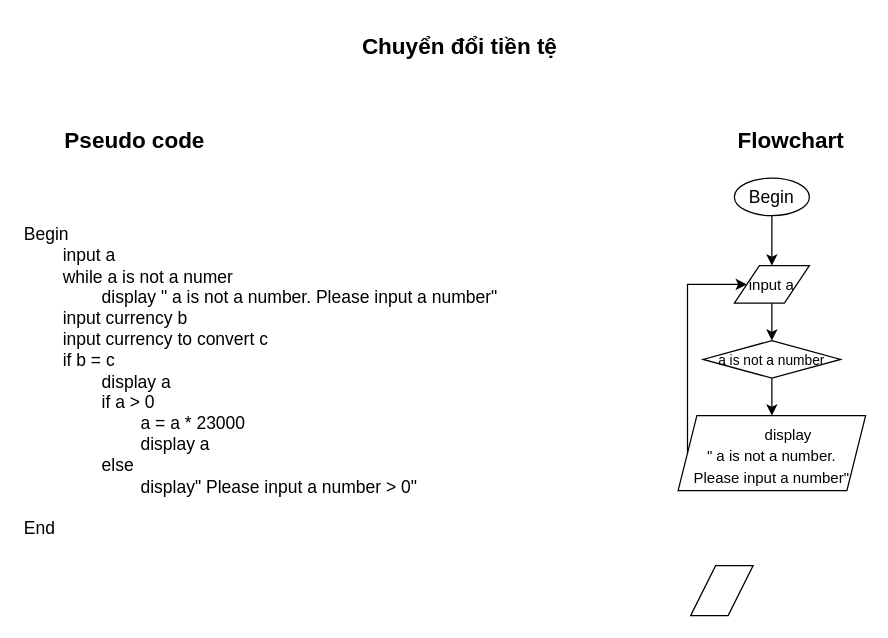
Earlier version of the draw.io diagram page "chuyển đổi tiền tệ" (4 of 4) of ss3_Hello_world/module1_ss3.drawio (Trongtangoc/CGDN-C0824M1-Ta-Ngoc-Trong). Source tidied: cells renumbered, new cells numbered last; positions are measured from the earlier drawing's top-left corner, leaving out a move shared by most shapes. Both pictures are drawn from the tidied source at 125%, with x=0, y=0 at pixel (21, 21).
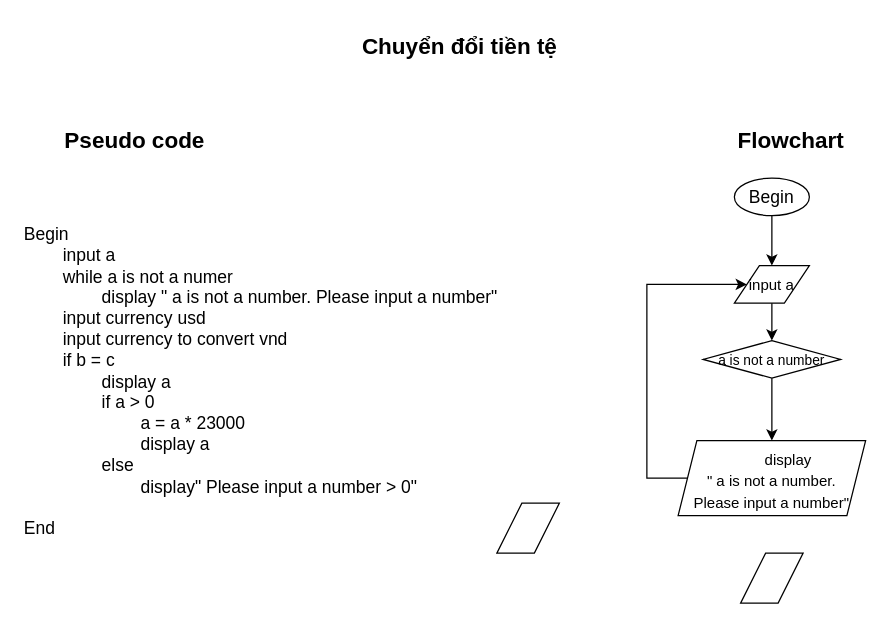
After the change.

Commit message (it also covers changes not shown here):
Cập nhật module1_ss3.drawio

What changed in the source:
```diff
@@
 <mxGraphModel>
   <root>
     <mxCell id="0" />
     <mxCell id="1" parent="0" />
     <mxCell id="2" value="&lt;font style=&quot;font-size: 18px;&quot;&gt;&lt;b&gt;Chuyển đổi tiền tệ&lt;/b&gt;&lt;/font&gt;" style="text;html=1;align=center;verticalAlign=middle;strokeColor=none;fillColor=none;" parent="1" vertex="1">
       <mxGeometry x="260" width="180" height="40" as="geometry" />
     </mxCell>
     <mxCell id="3" value="&lt;font style=&quot;font-size: 18px;&quot;&gt;&lt;b&gt;Flowchart&lt;/b&gt;&lt;/font&gt;" style="text;html=1;align=center;verticalAlign=middle;strokeColor=none;fillColor=none;" parent="1" vertex="1">
       <mxGeometry x="560" y="75" width="110" height="40" as="geometry" />
     </mxCell>
     <mxCell id="4" value="&lt;font style=&quot;font-size: 18px;&quot;&gt;&lt;b&gt;Pseudo code&lt;/b&gt;&lt;/font&gt;" style="text;html=1;align=center;verticalAlign=middle;strokeColor=none;fillColor=none;" parent="1" vertex="1">
       <mxGeometry x="20" y="75" width="140" height="40" as="geometry" />
     </mxCell>
-    <mxCell id="5" value="Begin&lt;div&gt;&lt;span style=&quot;white-space: pre;&quot;&gt;&#9;&lt;/span&gt;input a&amp;nbsp;&lt;span style=&quot;white-space: pre;&quot;&gt;&#9;&lt;/span&gt;&lt;br&gt;&lt;/div&gt;&lt;div&gt;&lt;span style=&quot;white-space: pre;&quot;&gt;&#9;&lt;/span&gt;while a is not a numer&lt;br&gt;&lt;/div&gt;&lt;div&gt;&lt;span style=&quot;white-space: pre;&quot;&gt;&#9;&lt;/span&gt;&lt;span style=&quot;white-space: pre;&quot;&gt;&#9;&lt;/span&gt;display &quot; a is not a number. Please input a number&quot;&lt;br&gt;&lt;/div&gt;&lt;div&gt;&lt;span style=&quot;white-space: pre;&quot;&gt;&#9;&lt;/span&gt;&lt;span style=&quot;background-color: initial;&quot;&gt;input currency b&lt;/span&gt;&lt;/div&gt;&lt;div&gt;&lt;span style=&quot;white-space: pre;&quot;&gt;&#9;&lt;/span&gt;input currency to convert c&lt;/div&gt;&lt;div&gt;&lt;span style=&quot;white-space: pre;&quot;&gt;&#9;&lt;/span&gt;if b = c&amp;nbsp;&lt;/div&gt;&lt;div&gt;&lt;span style=&quot;white-space: pre;&quot;&gt;&#9;&lt;/span&gt;&lt;span style=&quot;white-space: pre;&quot;&gt;&#9;&lt;/span&gt;display a&lt;br&gt;&lt;/div&gt;&lt;div&gt;&lt;span style=&quot;white-space: pre;&quot;&gt;&#9;&lt;/span&gt;&lt;span style=&quot;white-space: pre;&quot;&gt;&#9;&lt;/span&gt;if a &amp;gt; 0&lt;br&gt;&lt;span style=&quot;white-space: pre;&quot;&gt;&#9;&lt;/span&gt;&lt;span style=&quot;white-space: pre;&quot;&gt;&#9;&lt;/span&gt;&lt;span style=&quot;white-space: pre;&quot;&gt;&#9;&lt;/span&gt;a = a * 23000&lt;br&gt;&lt;/div&gt;&lt;div&gt;&lt;span style=&quot;white-space: pre;&quot;&gt;&#9;&lt;/span&gt;&lt;span style=&quot;white-space: pre;&quot;&gt;&#9;&lt;/span&gt;&lt;span style=&quot;white-space: pre;&quot;&gt;&#9;&lt;/span&gt;display a&lt;br&gt;&lt;span style=&quot;white-space: pre;&quot;&gt;&#9;&lt;/span&gt;&lt;span style=&quot;white-space: pre;&quot;&gt;&#9;&lt;/span&gt;else&lt;/div&gt;&lt;div&gt;&lt;span style=&quot;white-space: pre;&quot;&gt;&#9;&lt;/span&gt;&lt;span style=&quot;white-space: pre;&quot;&gt;&#9;&lt;/span&gt;&lt;span style=&quot;white-space: pre;&quot;&gt;&#9;&lt;/span&gt;display&quot; Please input a number &amp;gt; 0&quot;&lt;/div&gt;&lt;div&gt;&lt;br&gt;&lt;/div&gt;&lt;div&gt;End&lt;span style=&quot;background-color: initial; white-space-collapse: preserve;&quot;&gt;&#9;&lt;/span&gt;&lt;/div&gt;&lt;div&gt;&lt;br&gt;&lt;/div&gt;" style="text;html=1;align=left;verticalAlign=top;strokeColor=none;fillColor=none;fontSize=14;" parent="1" vertex="1">
+    <mxCell id="5" value="Begin&lt;div&gt;&lt;span style=&quot;white-space: pre;&quot;&gt;&#9;&lt;/span&gt;input a&amp;nbsp;&lt;span style=&quot;white-space: pre;&quot;&gt;&#9;&lt;/span&gt;&lt;br&gt;&lt;/div&gt;&lt;div&gt;&lt;span style=&quot;white-space: pre;&quot;&gt;&#9;&lt;/span&gt;while a is not a numer&lt;br&gt;&lt;/div&gt;&lt;div&gt;&lt;span style=&quot;white-space: pre;&quot;&gt;&#9;&lt;/span&gt;&lt;span style=&quot;white-space: pre;&quot;&gt;&#9;&lt;/span&gt;display &quot; a is not a number. Please input a number&quot;&lt;br&gt;&lt;/div&gt;&lt;div&gt;&lt;span style=&quot;white-space: pre;&quot;&gt;&#9;&lt;/span&gt;&lt;span style=&quot;background-color: initial;&quot;&gt;input currency usd&lt;/span&gt;&lt;/div&gt;&lt;div&gt;&lt;span style=&quot;white-space: pre;&quot;&gt;&#9;&lt;/span&gt;input currency to convert vnd&lt;/div&gt;&lt;div&gt;&lt;span style=&quot;white-space: pre;&quot;&gt;&#9;&lt;/span&gt;if b = c&amp;nbsp;&lt;/div&gt;&lt;div&gt;&lt;span style=&quot;white-space: pre;&quot;&gt;&#9;&lt;/span&gt;&lt;span style=&quot;white-space: pre;&quot;&gt;&#9;&lt;/span&gt;display a&lt;br&gt;&lt;/div&gt;&lt;div&gt;&lt;span style=&quot;white-space: pre;&quot;&gt;&#9;&lt;/span&gt;&lt;span style=&quot;white-space: pre;&quot;&gt;&#9;&lt;/span&gt;if a &amp;gt; 0&lt;br&gt;&lt;span style=&quot;white-space: pre;&quot;&gt;&#9;&lt;/span&gt;&lt;span style=&quot;white-space: pre;&quot;&gt;&#9;&lt;/span&gt;&lt;span style=&quot;white-space: pre;&quot;&gt;&#9;&lt;/span&gt;a = a * 23000&lt;br&gt;&lt;/div&gt;&lt;div&gt;&lt;span style=&quot;white-space: pre;&quot;&gt;&#9;&lt;/span&gt;&lt;span style=&quot;white-space: pre;&quot;&gt;&#9;&lt;/span&gt;&lt;span style=&quot;white-space: pre;&quot;&gt;&#9;&lt;/span&gt;display a&lt;br&gt;&lt;span style=&quot;white-space: pre;&quot;&gt;&#9;&lt;/span&gt;&lt;span style=&quot;white-space: pre;&quot;&gt;&#9;&lt;/span&gt;else&lt;/div&gt;&lt;div&gt;&lt;span style=&quot;white-space: pre;&quot;&gt;&#9;&lt;/span&gt;&lt;span style=&quot;white-space: pre;&quot;&gt;&#9;&lt;/span&gt;&lt;span style=&quot;white-space: pre;&quot;&gt;&#9;&lt;/span&gt;display&quot; Please input a number &amp;gt; 0&quot;&lt;/div&gt;&lt;div&gt;&lt;br&gt;&lt;/div&gt;&lt;div&gt;End&lt;span style=&quot;background-color: initial; white-space-collapse: preserve;&quot;&gt;&#9;&lt;/span&gt;&lt;/div&gt;&lt;div&gt;&lt;br&gt;&lt;/div&gt;" style="text;html=1;align=left;verticalAlign=top;strokeColor=none;fillColor=none;fontSize=14;" parent="1" vertex="1">
       <mxGeometry y="155" width="400" height="280" as="geometry" />
     </mxCell>
     <mxCell id="6" style="edgeStyle=orthogonalEdgeStyle;rounded=0;jettySize=auto;html=1;exitX=0.5;exitY=1;exitDx=0;exitDy=0;entryX=0.5;entryY=0;entryDx=0;entryDy=0;fontFamily=Helvetica;fontSize=14;fontColor=default;" parent="1" edge="1" source="7" target="9">
       <mxGeometry relative="1" as="geometry" />
     </mxCell>
     <mxCell id="7" value="Begin" style="ellipse;whiteSpace=wrap;html=1;align=center;verticalAlign=top;fontFamily=Helvetica;fontSize=14;fontColor=default;fillColor=none;gradientColor=none;" parent="1" vertex="1">
       <mxGeometry x="570" y="125" width="60" height="30" as="geometry" />
     </mxCell>
     <mxCell id="8" style="edgeStyle=orthogonalEdgeStyle;rounded=0;jettySize=auto;html=1;exitX=0.5;exitY=1;exitDx=0;exitDy=0;entryX=0.5;entryY=0;entryDx=0;entryDy=0;fontFamily=Helvetica;fontSize=14;fontColor=default;" parent="1" edge="1" source="9" target="13">
       <mxGeometry relative="1" as="geometry" />
     </mxCell>
     <mxCell id="9" value="&lt;font style=&quot;font-size: 12px;&quot;&gt;input a&lt;/font&gt;" style="shape=parallelogram;perimeter=parallelogramPerimeter;whiteSpace=wrap;html=1;fixedSize=1;align=center;verticalAlign=top;fontFamily=Helvetica;fontSize=14;fontColor=default;fillColor=none;gradientColor=none;spacingTop=0;" parent="1" vertex="1">
       <mxGeometry x="570" y="195" width="60" height="30" as="geometry" />
     </mxCell>
     <mxCell id="10" style="edgeStyle=orthogonalEdgeStyle;rounded=0;jettySize=auto;html=1;exitX=0;exitY=0.5;exitDx=0;exitDy=0;entryX=0;entryY=0.5;entryDx=0;entryDy=0;fontFamily=Helvetica;fontSize=14;fontColor=default;" parent="1" edge="1" source="11" target="9">
       <mxGeometry relative="1" as="geometry">
         <Array as="points">
-          <mxPoint x="532" y="210" />
+          <mxPoint x="500" y="365" />
+          <mxPoint x="500" y="210" />
         </Array>
       </mxGeometry>
     </mxCell>
     <mxCell id="11" value="&lt;span style=&quot;text-wrap: nowrap; font-size: 12px;&quot;&gt;&lt;span style=&quot;white-space: pre;&quot;&gt;&#9;&lt;/span&gt;display &lt;br&gt;&quot; a is not a number. &lt;br&gt;Please input a number&quot;&lt;/span&gt;" style="shape=parallelogram;perimeter=parallelogramPerimeter;whiteSpace=wrap;html=1;fixedSize=1;align=center;verticalAlign=top;fontFamily=Helvetica;fontSize=14;fontColor=default;fillColor=none;gradientColor=none;size=15;" parent="1" vertex="1">
-      <mxGeometry x="525" y="315" width="150" height="60" as="geometry" />
+      <mxGeometry x="525" y="335" width="150" height="60" as="geometry" />
     </mxCell>
     <mxCell id="12" style="edgeStyle=orthogonalEdgeStyle;rounded=0;jettySize=auto;html=1;exitX=0.5;exitY=1;exitDx=0;exitDy=0;entryX=0.5;entryY=0;entryDx=0;entryDy=0;fontFamily=Helvetica;fontSize=14;fontColor=default;" parent="1" edge="1" source="13" target="11">
       <mxGeometry relative="1" as="geometry" />
     </mxCell>
     <mxCell id="13" value="&lt;font style=&quot;font-size: 11px;&quot;&gt;a is not a number&lt;/font&gt;" style="rhombus;whiteSpace=wrap;html=1;align=center;verticalAlign=top;fontFamily=Helvetica;fontSize=14;fontColor=default;fillColor=none;gradientColor=none;" parent="1" vertex="1">
       <mxGeometry x="545" y="255" width="110" height="30" as="geometry" />
     </mxCell>
     <mxCell id="14" style="shape=parallelogram;perimeter=parallelogramPerimeter;whiteSpace=wrap;html=1;fixedSize=1;align=left;verticalAlign=top;fontFamily=Helvetica;fontSize=14;fontColor=default;fillColor=none;gradientColor=none;" parent="1" vertex="1">
-      <mxGeometry x="535" y="435" width="50" height="40" as="geometry" />
+      <mxGeometry x="575" y="425" width="50" height="40" as="geometry" />
     </mxCell>
+    <mxCell id="15" style="shape=parallelogram;perimeter=parallelogramPerimeter;whiteSpace=wrap;html=1;fixedSize=1;align=left;verticalAlign=top;fontFamily=Helvetica;fontSize=14;fontColor=default;fillColor=none;gradientColor=none;" parent="1" vertex="1">
+      <mxGeometry x="380" y="385" width="50" height="40" as="geometry" />
+    </mxCell>
   </root>
 </mxGraphModel>
```
